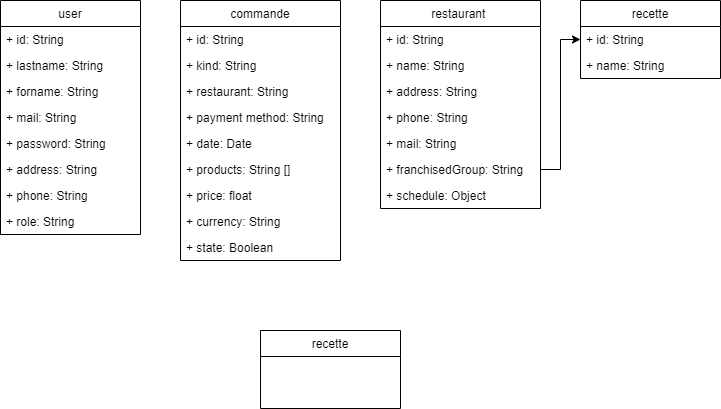
obaconnais/good_food_2.0 keeps this draw.io diagram as good_food_2.0/Database model/Untitled Diagram.drawio.png. Above is the earlier version. Source tidied: cells renumbered, new cells last; positions are measured from the earlier drawing's top-left corner, leaving out a move shared by most shapes.
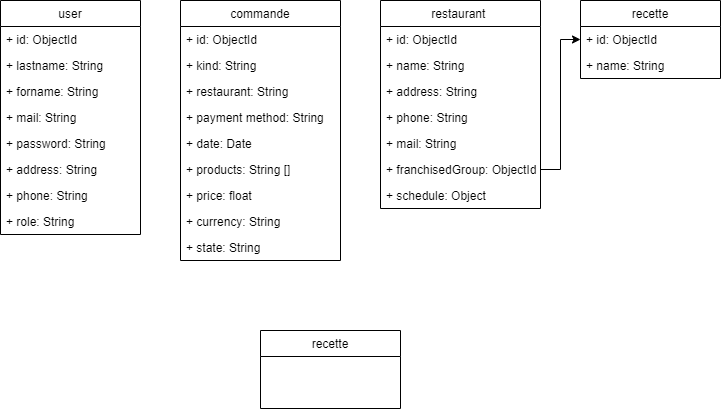
After the change.

Commit message:
Update: Database model

The edit, as a diff of the source:
```diff
@@ -5,7 +5,7 @@
     <mxCell id="2" value="user" style="swimlane;fontStyle=0;horizontal=1;startSize=26;fillColor=none;" parent="1" vertex="1">
       <mxGeometry width="140" height="234" as="geometry" />
     </mxCell>
-    <mxCell id="3" value="+ id: String" style="text;strokeColor=none;fillColor=none;align=left;verticalAlign=top;spacingLeft=4;spacingRight=4;overflow=hidden;" parent="2" vertex="1">
+    <mxCell id="3" value="+ id: ObjectId" style="text;strokeColor=none;fillColor=none;align=left;verticalAlign=top;spacingLeft=4;spacingRight=4;overflow=hidden;" parent="2" vertex="1">
       <mxGeometry y="26" width="140" height="26" as="geometry" />
     </mxCell>
     <mxCell id="4" value="+ lastname: String" style="text;strokeColor=none;fillColor=none;align=left;verticalAlign=top;spacingLeft=4;spacingRight=4;overflow=hidden;" parent="2" vertex="1">
@@ -32,7 +32,7 @@
     <mxCell id="11" value="restaurant " style="swimlane;fontStyle=0;horizontal=1;startSize=26;fillColor=none;" parent="1" vertex="1">
       <mxGeometry x="380" width="160" height="208" as="geometry" />
     </mxCell>
-    <mxCell id="12" value="+ id: String" style="text;strokeColor=none;fillColor=none;align=left;verticalAlign=top;spacingLeft=4;spacingRight=4;overflow=hidden;" parent="11" vertex="1">
+    <mxCell id="12" value="+ id: ObjectId" style="text;strokeColor=none;fillColor=none;align=left;verticalAlign=top;spacingLeft=4;spacingRight=4;overflow=hidden;" parent="11" vertex="1">
       <mxGeometry y="26" width="160" height="26" as="geometry" />
     </mxCell>
     <mxCell id="13" value="+ name: String" style="text;strokeColor=none;fillColor=none;align=left;verticalAlign=top;spacingLeft=4;spacingRight=4;overflow=hidden;" parent="11" vertex="1">
@@ -47,7 +47,7 @@
     <mxCell id="16" value="+ mail: String" style="text;strokeColor=none;fillColor=none;align=left;verticalAlign=top;spacingLeft=4;spacingRight=4;overflow=hidden;" parent="11" vertex="1">
       <mxGeometry y="130" width="160" height="26" as="geometry" />
     </mxCell>
-    <mxCell id="17" value="+ franchisedGroup: String" style="text;strokeColor=none;fillColor=none;align=left;verticalAlign=top;spacingLeft=4;spacingRight=4;overflow=hidden;points=[[0,0.5],[1,0.5]];portConstraint=eastwest;" parent="11" vertex="1">
+    <mxCell id="17" value="+ franchisedGroup: ObjectId" style="text;strokeColor=none;fillColor=none;align=left;verticalAlign=top;spacingLeft=4;spacingRight=4;overflow=hidden;points=[[0,0.5],[1,0.5]];portConstraint=eastwest;" parent="11" vertex="1">
       <mxGeometry y="156" width="160" height="26" as="geometry" />
     </mxCell>
     <mxCell id="18" value="+ schedule: Object" style="text;strokeColor=none;fillColor=none;align=left;verticalAlign=top;spacingLeft=4;spacingRight=4;overflow=hidden;" parent="11" vertex="1">
@@ -56,7 +56,7 @@
     <mxCell id="19" value="recette" style="swimlane;fontStyle=0;horizontal=1;startSize=26;fillColor=none;" parent="1" vertex="1">
       <mxGeometry x="580" width="140" height="78" as="geometry" />
     </mxCell>
-    <mxCell id="20" value="+ id: String" style="text;strokeColor=none;fillColor=none;align=left;verticalAlign=top;spacingLeft=4;spacingRight=4;overflow=hidden;points=[[0,0.5],[1,0.5]];portConstraint=eastwest;" parent="19" vertex="1">
+    <mxCell id="20" value="+ id: ObjectId" style="text;strokeColor=none;fillColor=none;align=left;verticalAlign=top;spacingLeft=4;spacingRight=4;overflow=hidden;points=[[0,0.5],[1,0.5]];portConstraint=eastwest;" parent="19" vertex="1">
       <mxGeometry y="26" width="140" height="26" as="geometry" />
     </mxCell>
     <mxCell id="21" value="+ name: String" style="text;strokeColor=none;fillColor=none;align=left;verticalAlign=top;spacingLeft=4;spacingRight=4;overflow=hidden;" parent="19" vertex="1">
@@ -65,7 +65,7 @@
     <mxCell id="22" value="commande" style="swimlane;fontStyle=0;horizontal=1;startSize=26;fillColor=none;" parent="1" vertex="1">
       <mxGeometry x="180" width="160" height="260" as="geometry" />
     </mxCell>
-    <mxCell id="23" value="+ id: String" style="text;strokeColor=none;fillColor=none;align=left;verticalAlign=top;spacingLeft=4;spacingRight=4;overflow=hidden;" parent="22" vertex="1">
+    <mxCell id="23" value="+ id: ObjectId" style="text;strokeColor=none;fillColor=none;align=left;verticalAlign=top;spacingLeft=4;spacingRight=4;overflow=hidden;" parent="22" vertex="1">
       <mxGeometry y="26" width="160" height="26" as="geometry" />
     </mxCell>
     <mxCell id="24" value="+ kind: String" style="text;strokeColor=none;fillColor=none;align=left;verticalAlign=top;spacingLeft=4;spacingRight=4;overflow=hidden;" parent="22" vertex="1">
@@ -89,7 +89,7 @@
     <mxCell id="30" value="+ currency: String" style="text;strokeColor=none;fillColor=none;align=left;verticalAlign=top;spacingLeft=4;spacingRight=4;overflow=hidden;" parent="22" vertex="1">
       <mxGeometry y="208" width="160" height="26" as="geometry" />
     </mxCell>
-    <mxCell id="31" value="+ state: Boolean" style="text;strokeColor=none;fillColor=none;align=left;verticalAlign=top;spacingLeft=4;spacingRight=4;overflow=hidden;" parent="22" vertex="1">
+    <mxCell id="31" value="+ state: String" style="text;strokeColor=none;fillColor=none;align=left;verticalAlign=top;spacingLeft=4;spacingRight=4;overflow=hidden;" parent="22" vertex="1">
       <mxGeometry y="234" width="160" height="26" as="geometry" />
     </mxCell>
     <mxCell id="32" value="recette" style="swimlane;fontStyle=0;horizontal=1;startSize=26;fillColor=none;" parent="1" vertex="1">
```
